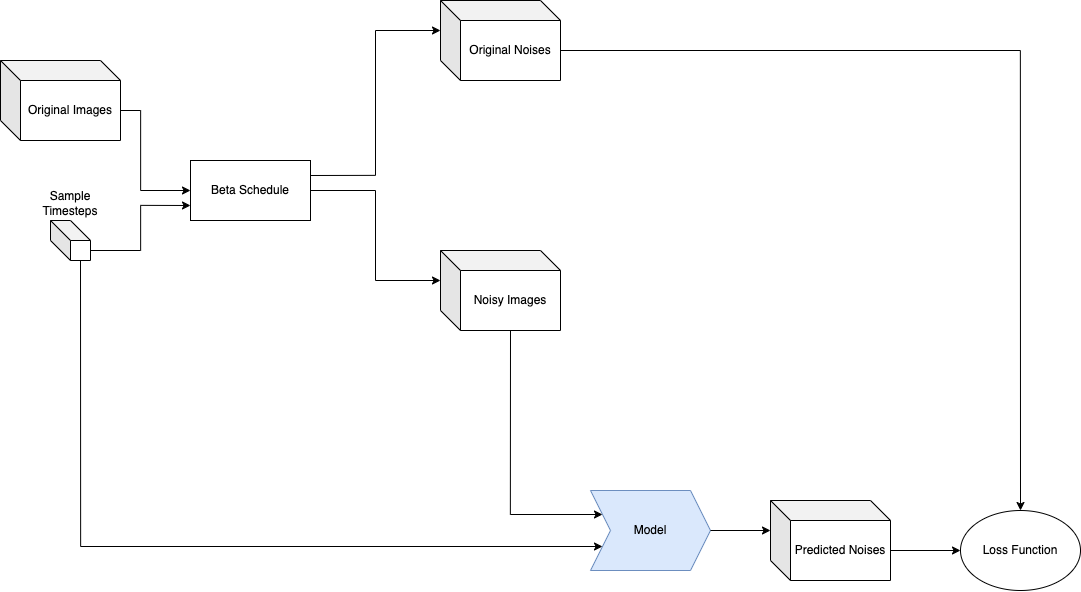
Above: assets/training_diagram.png in duongngockhanh/denoising-diffusion-pytorch (draw.io), before the change. Source tidied: cells renumbered, new cells last; positions are measured from the earlier drawing's top-left corner, leaving out a move shared by most shapes. The source it was exported from:
```xml
<mxGraphModel>
  <root>
    <mxCell id="0" />
    <mxCell id="1" parent="0" />
    <mxCell id="2" value="Model" style="shape=step;perimeter=stepPerimeter;whiteSpace=wrap;html=1;fixedSize=1;labelBackgroundColor=none;fillColor=#dae8fc;strokeColor=#6c8ebf;" parent="1" vertex="1">
      <mxGeometry x="590" y="490" width="120" height="80" as="geometry" />
    </mxCell>
    <mxCell id="3" value="Beta Schedule" style="rounded=0;whiteSpace=wrap;html=1;" parent="1" vertex="1">
      <mxGeometry x="190" y="160" width="120" height="60" as="geometry" />
    </mxCell>
    <mxCell id="4" style="edgeStyle=orthogonalEdgeStyle;rounded=0;jettySize=auto;html=1;exitX=0;exitY=0;exitDx=120;exitDy=50;exitPerimeter=0;" parent="1" edge="1" source="5">
      <mxGeometry relative="1" as="geometry">
        <mxPoint x="190" y="190" as="targetPoint" />
        <Array as="points">
          <mxPoint x="140" y="110" />
          <mxPoint x="140" y="190" />
        </Array>
      </mxGeometry>
    </mxCell>
    <mxCell id="5" value="Original Images" style="shape=cube;whiteSpace=wrap;html=1;boundedLbl=1;backgroundOutline=1;darkOpacity=0.05;darkOpacity2=0.1;" parent="1" vertex="1">
      <mxGeometry y="60" width="120" height="80" as="geometry" />
    </mxCell>
    <mxCell id="6" style="edgeStyle=orthogonalEdgeStyle;rounded=0;jettySize=auto;html=1;exitX=0;exitY=0;exitDx=30;exitDy=40;exitPerimeter=0;entryX=0;entryY=0.75;entryDx=0;entryDy=0;" parent="1" edge="1" source="8" target="2">
      <mxGeometry relative="1" as="geometry">
        <Array as="points">
          <mxPoint x="80" y="546" />
        </Array>
      </mxGeometry>
    </mxCell>
    <mxCell id="7" style="edgeStyle=orthogonalEdgeStyle;rounded=0;jettySize=auto;html=1;exitX=0;exitY=0;exitDx=40;exitDy=30;exitPerimeter=0;entryX=0;entryY=0.75;entryDx=0;entryDy=0;" parent="1" edge="1" source="8" target="3">
      <mxGeometry relative="1" as="geometry" />
    </mxCell>
    <mxCell id="8" value="Sample Timesteps" style="shape=cube;whiteSpace=wrap;html=1;boundedLbl=1;backgroundOutline=1;darkOpacity=0.05;darkOpacity2=0.1;labelPosition=center;verticalLabelPosition=top;align=center;verticalAlign=bottom;" parent="1" vertex="1">
      <mxGeometry x="50" y="220" width="40" height="40" as="geometry" />
    </mxCell>
    <mxCell id="9" style="edgeStyle=orthogonalEdgeStyle;rounded=0;jettySize=auto;html=1;exitX=0;exitY=0;exitDx=70;exitDy=80;exitPerimeter=0;entryX=0;entryY=0.25;entryDx=0;entryDy=0;" parent="1" edge="1" source="10" target="2">
      <mxGeometry relative="1" as="geometry">
        <Array as="points">
          <mxPoint x="510" y="514" />
        </Array>
      </mxGeometry>
    </mxCell>
    <mxCell id="10" value="Noisy Images" style="shape=cube;whiteSpace=wrap;html=1;boundedLbl=1;backgroundOutline=1;darkOpacity=0.05;darkOpacity2=0.1;" parent="1" vertex="1">
      <mxGeometry x="440" y="250" width="120" height="80" as="geometry" />
    </mxCell>
    <mxCell id="11" style="edgeStyle=orthogonalEdgeStyle;rounded=0;jettySize=auto;html=1;exitX=0;exitY=0;exitDx=120;exitDy=50;exitPerimeter=0;entryX=0.5;entryY=0;entryDx=0;entryDy=0;" parent="1" edge="1" source="12" target="16">
      <mxGeometry relative="1" as="geometry" />
    </mxCell>
    <mxCell id="12" value="Original Noises" style="shape=cube;whiteSpace=wrap;html=1;boundedLbl=1;backgroundOutline=1;darkOpacity=0.05;darkOpacity2=0.1;" parent="1" vertex="1">
      <mxGeometry x="440" width="120" height="80" as="geometry" />
    </mxCell>
    <mxCell id="13" style="edgeStyle=orthogonalEdgeStyle;rounded=0;jettySize=auto;html=1;exitX=0;exitY=0;exitDx=120;exitDy=50;exitPerimeter=0;entryX=0;entryY=0.5;entryDx=0;entryDy=0;" parent="1" edge="1" source="14" target="16">
      <mxGeometry relative="1" as="geometry" />
    </mxCell>
    <mxCell id="14" value="Predicted Noises" style="shape=cube;whiteSpace=wrap;html=1;boundedLbl=1;backgroundOutline=1;darkOpacity=0.05;darkOpacity2=0.1;" parent="1" vertex="1">
      <mxGeometry x="770" y="500" width="120" height="80" as="geometry" />
    </mxCell>
    <mxCell id="15" style="edgeStyle=orthogonalEdgeStyle;rounded=0;jettySize=auto;html=1;exitX=1;exitY=0.5;exitDx=0;exitDy=0;entryX=0;entryY=0;entryDx=0;entryDy=30;entryPerimeter=0;" parent="1" edge="1" source="2" target="14">
      <mxGeometry relative="1" as="geometry" />
    </mxCell>
    <mxCell id="16" value="Loss Function" style="ellipse;whiteSpace=wrap;html=1;" parent="1" vertex="1">
      <mxGeometry x="960" y="510" width="120" height="80" as="geometry" />
    </mxCell>
    <mxCell id="17" style="edgeStyle=orthogonalEdgeStyle;rounded=0;jettySize=auto;html=1;exitX=1;exitY=0.25;exitDx=0;exitDy=0;entryX=0;entryY=0;entryDx=0;entryDy=30;entryPerimeter=0;" parent="1" edge="1" source="3" target="12">
      <mxGeometry relative="1" as="geometry" />
    </mxCell>
    <mxCell id="18" style="edgeStyle=orthogonalEdgeStyle;rounded=0;jettySize=auto;html=1;exitX=1;exitY=0.5;exitDx=0;exitDy=0;entryX=0;entryY=0;entryDx=0;entryDy=30;entryPerimeter=0;" parent="1" edge="1" source="3" target="10">
      <mxGeometry relative="1" as="geometry" />
    </mxCell>
  </root>
</mxGraphModel>
```
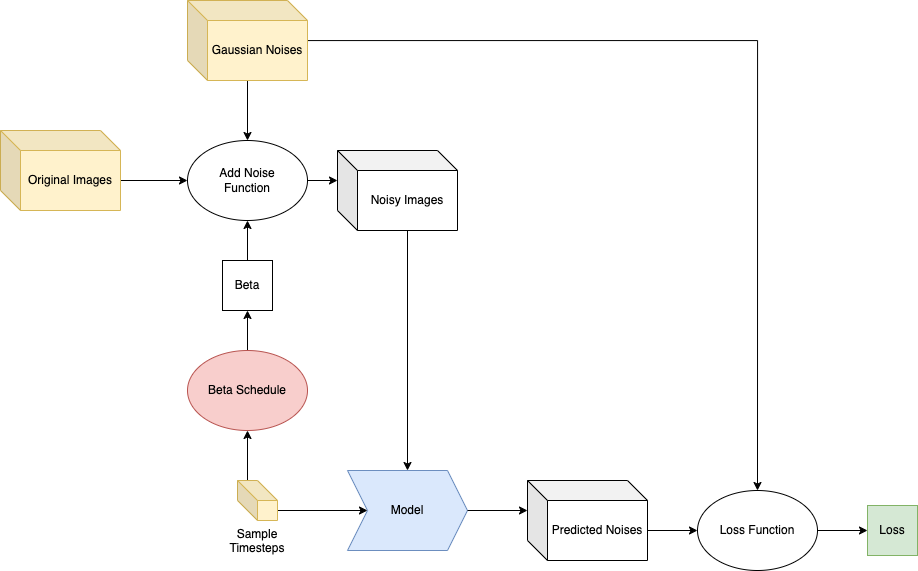
After the commit.

What changed in the source:
```diff
@@ -3,69 +3,73 @@
     <mxCell id="0" />
     <mxCell id="1" parent="0" />
     <mxCell id="2" value="Model" style="shape=step;perimeter=stepPerimeter;whiteSpace=wrap;html=1;fixedSize=1;labelBackgroundColor=none;fillColor=#dae8fc;strokeColor=#6c8ebf;" parent="1" vertex="1">
-      <mxGeometry x="590" y="490" width="120" height="80" as="geometry" />
+      <mxGeometry x="490" y="490" width="120" height="80" as="geometry" />
     </mxCell>
-    <mxCell id="3" value="Beta Schedule" style="rounded=0;whiteSpace=wrap;html=1;" parent="1" vertex="1">
-      <mxGeometry x="190" y="160" width="120" height="60" as="geometry" />
-    </mxCell>
-    <mxCell id="4" style="edgeStyle=orthogonalEdgeStyle;rounded=0;jettySize=auto;html=1;exitX=0;exitY=0;exitDx=120;exitDy=50;exitPerimeter=0;" parent="1" edge="1" source="5">
-      <mxGeometry relative="1" as="geometry">
-        <mxPoint x="190" y="190" as="targetPoint" />
-        <Array as="points">
-          <mxPoint x="140" y="110" />
-          <mxPoint x="140" y="190" />
-        </Array>
-      </mxGeometry>
-    </mxCell>
+    <mxCell id="19" style="edgeStyle=orthogonalEdgeStyle;rounded=0;jettySize=auto;html=1;exitX=0;exitY=0;exitDx=119.99999999999999;exitDy=50;exitPerimeter=0;entryX=0;entryY=0.5;entryDx=0;entryDy=0;" parent="1" edge="1" source="5" target="26">
+      <mxGeometry relative="1" as="geometry" />
+    </mxCell>
-    <mxCell id="5" value="Original Images" style="shape=cube;whiteSpace=wrap;html=1;boundedLbl=1;backgroundOutline=1;darkOpacity=0.05;darkOpacity2=0.1;" parent="1" vertex="1">
-      <mxGeometry y="60" width="120" height="80" as="geometry" />
+    <mxCell id="5" value="Original Images" style="shape=cube;whiteSpace=wrap;html=1;boundedLbl=1;backgroundOutline=1;darkOpacity=0.05;darkOpacity2=0.1;fillColor=#fff2cc;strokeColor=#d6b656;" parent="1" vertex="1">
+      <mxGeometry x="143" y="150" width="120" height="80" as="geometry" />
     </mxCell>
+    <mxCell id="7" style="edgeStyle=orthogonalEdgeStyle;rounded=0;jettySize=auto;html=1;exitX=0;exitY=0;exitDx=10;exitDy=0;exitPerimeter=0;entryX=0.5;entryY=1;entryDx=0;entryDy=0;" parent="1" edge="1" source="8" target="3">
+      <mxGeometry relative="1" as="geometry" />
+    </mxCell>
-    <mxCell id="6" style="edgeStyle=orthogonalEdgeStyle;rounded=0;jettySize=auto;html=1;exitX=0;exitY=0;exitDx=30;exitDy=40;exitPerimeter=0;entryX=0;entryY=0.75;entryDx=0;entryDy=0;" parent="1" edge="1" source="8" target="2">
-      <mxGeometry relative="1" as="geometry">
-        <Array as="points">
-          <mxPoint x="80" y="546" />
-        </Array>
-      </mxGeometry>
+    <mxCell id="6" style="edgeStyle=orthogonalEdgeStyle;rounded=0;jettySize=auto;html=1;exitX=0;exitY=0;exitDx=40;exitDy=30;exitPerimeter=0;" parent="1" edge="1" source="8" target="2">
+      <mxGeometry relative="1" as="geometry" />
     </mxCell>
-    <mxCell id="7" style="edgeStyle=orthogonalEdgeStyle;rounded=0;jettySize=auto;html=1;exitX=0;exitY=0;exitDx=40;exitDy=30;exitPerimeter=0;entryX=0;entryY=0.75;entryDx=0;entryDy=0;" parent="1" edge="1" source="8" target="3">
-      <mxGeometry relative="1" as="geometry" />
-    </mxCell>
-    <mxCell id="8" value="Sample Timesteps" style="shape=cube;whiteSpace=wrap;html=1;boundedLbl=1;backgroundOutline=1;darkOpacity=0.05;darkOpacity2=0.1;labelPosition=center;verticalLabelPosition=top;align=center;verticalAlign=bottom;" parent="1" vertex="1">
-      <mxGeometry x="50" y="220" width="40" height="40" as="geometry" />
+    <mxCell id="8" value="Sample Timesteps" style="shape=cube;whiteSpace=wrap;html=1;boundedLbl=1;backgroundOutline=1;darkOpacity=0.05;darkOpacity2=0.1;labelPosition=center;verticalLabelPosition=bottom;align=center;verticalAlign=top;fillColor=#fff2cc;strokeColor=#d6b656;" parent="1" vertex="1">
+      <mxGeometry x="380" y="500" width="40" height="40" as="geometry" />
     </mxCell>
-    <mxCell id="9" style="edgeStyle=orthogonalEdgeStyle;rounded=0;jettySize=auto;html=1;exitX=0;exitY=0;exitDx=70;exitDy=80;exitPerimeter=0;entryX=0;entryY=0.25;entryDx=0;entryDy=0;" parent="1" edge="1" source="10" target="2">
-      <mxGeometry relative="1" as="geometry">
-        <Array as="points">
-          <mxPoint x="510" y="514" />
-        </Array>
-      </mxGeometry>
+    <mxCell id="9" style="edgeStyle=orthogonalEdgeStyle;rounded=0;jettySize=auto;html=1;exitX=0;exitY=0;exitDx=70;exitDy=80;exitPerimeter=0;entryX=0.5;entryY=0;entryDx=0;entryDy=0;" parent="1" edge="1" source="10" target="2">
+      <mxGeometry relative="1" as="geometry" />
     </mxCell>
     <mxCell id="10" value="Noisy Images" style="shape=cube;whiteSpace=wrap;html=1;boundedLbl=1;backgroundOutline=1;darkOpacity=0.05;darkOpacity2=0.1;" parent="1" vertex="1">
-      <mxGeometry x="440" y="250" width="120" height="80" as="geometry" />
+      <mxGeometry x="480" y="170" width="120" height="80" as="geometry" />
     </mxCell>
-    <mxCell id="11" style="edgeStyle=orthogonalEdgeStyle;rounded=0;jettySize=auto;html=1;exitX=0;exitY=0;exitDx=120;exitDy=50;exitPerimeter=0;entryX=0.5;entryY=0;entryDx=0;entryDy=0;" parent="1" edge="1" source="12" target="16">
+    <mxCell id="11" style="edgeStyle=orthogonalEdgeStyle;rounded=0;jettySize=auto;html=1;entryX=0.5;entryY=0;entryDx=0;entryDy=0;" parent="1" edge="1" source="12" target="16">
       <mxGeometry relative="1" as="geometry" />
     </mxCell>
+    <mxCell id="20" style="edgeStyle=orthogonalEdgeStyle;rounded=0;jettySize=auto;html=1;entryX=0.5;entryY=0;entryDx=0;entryDy=0;" parent="1" edge="1" source="12" target="26">
+      <mxGeometry relative="1" as="geometry" />
+    </mxCell>
-    <mxCell id="12" value="Original Noises" style="shape=cube;whiteSpace=wrap;html=1;boundedLbl=1;backgroundOutline=1;darkOpacity=0.05;darkOpacity2=0.1;" parent="1" vertex="1">
-      <mxGeometry x="440" width="120" height="80" as="geometry" />
+    <mxCell id="12" value="Gaussian Noises" style="shape=cube;whiteSpace=wrap;html=1;boundedLbl=1;backgroundOutline=1;darkOpacity=0.05;darkOpacity2=0.1;fillColor=#fff2cc;strokeColor=#d6b656;" parent="1" vertex="1">
+      <mxGeometry x="330" y="20" width="120" height="80" as="geometry" />
     </mxCell>
     <mxCell id="13" style="edgeStyle=orthogonalEdgeStyle;rounded=0;jettySize=auto;html=1;exitX=0;exitY=0;exitDx=120;exitDy=50;exitPerimeter=0;entryX=0;entryY=0.5;entryDx=0;entryDy=0;" parent="1" edge="1" source="14" target="16">
       <mxGeometry relative="1" as="geometry" />
     </mxCell>
     <mxCell id="14" value="Predicted Noises" style="shape=cube;whiteSpace=wrap;html=1;boundedLbl=1;backgroundOutline=1;darkOpacity=0.05;darkOpacity2=0.1;" parent="1" vertex="1">
-      <mxGeometry x="770" y="500" width="120" height="80" as="geometry" />
+      <mxGeometry x="670" y="500" width="120" height="80" as="geometry" />
     </mxCell>
     <mxCell id="15" style="edgeStyle=orthogonalEdgeStyle;rounded=0;jettySize=auto;html=1;exitX=1;exitY=0.5;exitDx=0;exitDy=0;entryX=0;entryY=0;entryDx=0;entryDy=30;entryPerimeter=0;" parent="1" edge="1" source="2" target="14">
       <mxGeometry relative="1" as="geometry" />
     </mxCell>
+    <mxCell id="21" style="edgeStyle=orthogonalEdgeStyle;rounded=0;jettySize=auto;html=1;exitX=1;exitY=0.5;exitDx=0;exitDy=0;entryX=0;entryY=0.5;entryDx=0;entryDy=0;" parent="1" edge="1" source="16" target="25">
+      <mxGeometry relative="1" as="geometry" />
+    </mxCell>
     <mxCell id="16" value="Loss Function" style="ellipse;whiteSpace=wrap;html=1;" parent="1" vertex="1">
-      <mxGeometry x="960" y="510" width="120" height="80" as="geometry" />
+      <mxGeometry x="840" y="510" width="120" height="80" as="geometry" />
     </mxCell>
-    <mxCell id="17" style="edgeStyle=orthogonalEdgeStyle;rounded=0;jettySize=auto;html=1;exitX=1;exitY=0.25;exitDx=0;exitDy=0;entryX=0;entryY=0;entryDx=0;entryDy=30;entryPerimeter=0;" parent="1" edge="1" source="3" target="12">
-      <mxGeometry relative="1" as="geometry" />
-    </mxCell>
-    <mxCell id="18" style="edgeStyle=orthogonalEdgeStyle;rounded=0;jettySize=auto;html=1;exitX=1;exitY=0.5;exitDx=0;exitDy=0;entryX=0;entryY=0;entryDx=0;entryDy=30;entryPerimeter=0;" parent="1" edge="1" source="3" target="10">
-      <mxGeometry relative="1" as="geometry" />
-    </mxCell>
+    <mxCell id="22" style="edgeStyle=orthogonalEdgeStyle;rounded=0;jettySize=auto;html=1;entryX=0.5;entryY=1;entryDx=0;entryDy=0;" parent="1" edge="1" source="3" target="24">
+      <mxGeometry relative="1" as="geometry" />
+    </mxCell>
+    <mxCell id="3" value="Beta Schedule" style="ellipse;whiteSpace=wrap;html=1;fillColor=#f8cecc;strokeColor=#b85450;" parent="1" vertex="1">
+      <mxGeometry x="330" y="370" width="120" height="80" as="geometry" />
+    </mxCell>
+    <mxCell id="23" style="edgeStyle=orthogonalEdgeStyle;rounded=0;jettySize=auto;html=1;entryX=0.5;entryY=1;entryDx=0;entryDy=0;" parent="1" edge="1" source="24" target="26">
+      <mxGeometry relative="1" as="geometry" />
+    </mxCell>
+    <mxCell id="24" value="Beta" style="whiteSpace=wrap;html=1;" parent="1" vertex="1">
+      <mxGeometry x="365" y="280" width="50" height="50" as="geometry" />
+    </mxCell>
+    <mxCell id="25" value="Loss" style="whiteSpace=wrap;html=1;fillColor=#d5e8d4;strokeColor=#82b366;" parent="1" vertex="1">
+      <mxGeometry x="1010" y="525" width="50" height="50" as="geometry" />
+    </mxCell>
+    <mxCell id="26" value="Add Noise&lt;br&gt;Function" style="ellipse;whiteSpace=wrap;html=1;" parent="1" vertex="1">
+      <mxGeometry x="330" y="160" width="120" height="80" as="geometry" />
+    </mxCell>
+    <mxCell id="27" style="edgeStyle=orthogonalEdgeStyle;rounded=0;jettySize=auto;html=1;exitX=1;exitY=0.5;exitDx=0;exitDy=0;entryX=0;entryY=0;entryDx=0;entryDy=30;entryPerimeter=0;" parent="1" edge="1" source="26" target="10">
+      <mxGeometry relative="1" as="geometry" />
+    </mxCell>
   </root>
 </mxGraphModel>
```
